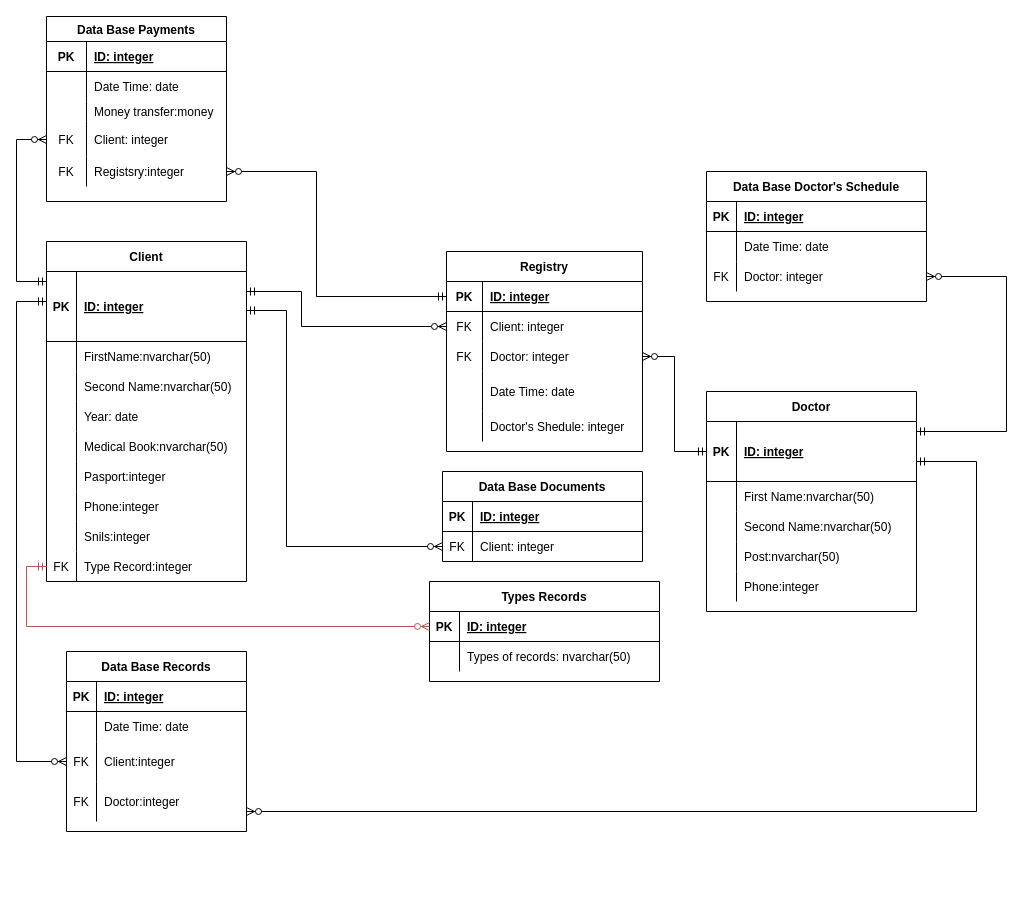
Earlier version of the draw.io diagram page "Страница 3" (3 of 3) of diagram.drawio (vlvsk/TechnologiiProg). Source tidied: cells renumbered, new cells numbered last; positions are measured from the earlier drawing's top-left corner, leaving out a move shared by most shapes. Both pictures are drawn from the tidied source at 100%, with x=0, y=0 at pixel (16, 16).
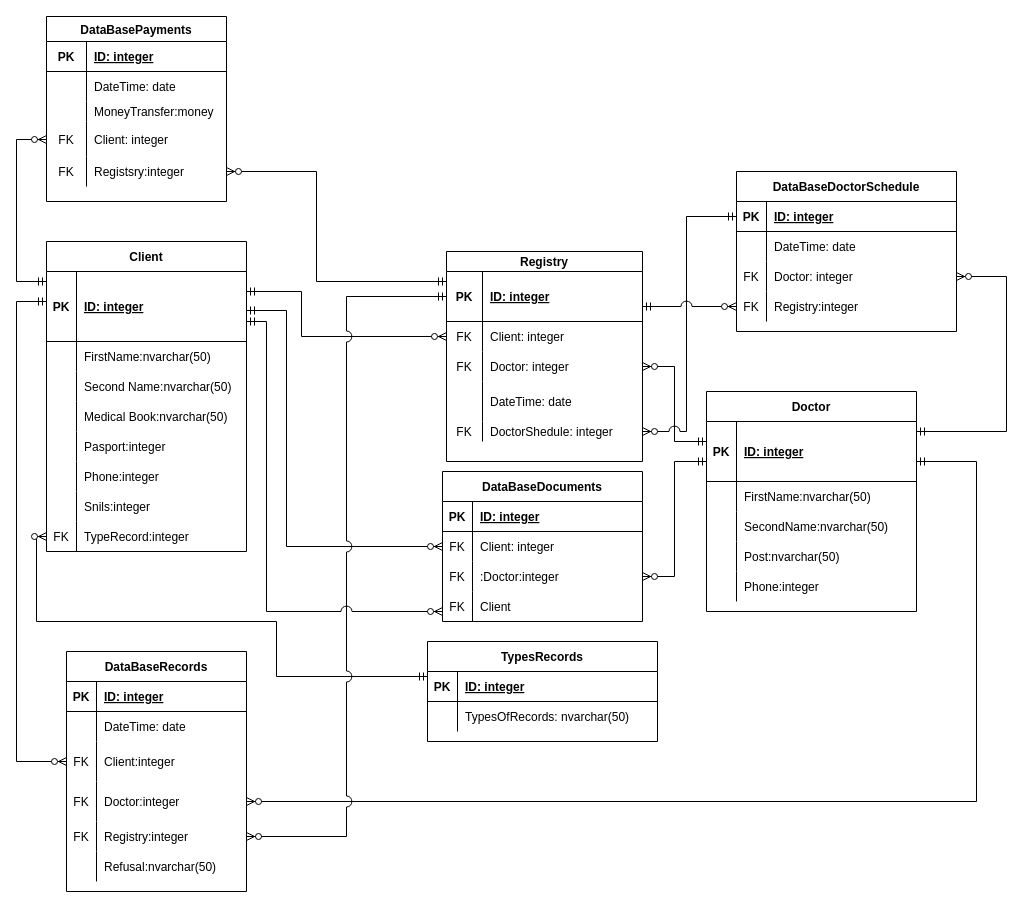
Above is the later version.

The change refers to these unchanged cells:
```xml
<mxCell id="3" style="shape=partialRectangle;fillColor=none;top=0;left=0;bottom=1;right=0;points=[[0,0.5],[1,0.5]];portConstraint=eastwest;" parent="2" vertex="1">
  <mxGeometry y="30" width="200" height="70" as="geometry" />
</mxCell>
<mxCell id="47" style="shape=partialRectangle;fillColor=none;top=0;left=0;bottom=1;right=0;points=[[0,0.5],[1,0.5]];portConstraint=eastwest;" parent="46" vertex="1">
  <mxGeometry y="30" width="210" height="60" as="geometry" />
</mxCell>
<mxCell id="50" style="shape=partialRectangle;fillColor=none;top=0;left=0;bottom=0;right=0;" parent="46" vertex="1">
  <mxGeometry y="90" width="210" height="30" as="geometry" />
</mxCell>
<mxCell id="53" style="shape=partialRectangle;fillColor=none;top=0;left=0;bottom=0;right=0;" parent="46" vertex="1">
  <mxGeometry y="120" width="210" height="30" as="geometry" />
</mxCell>
<mxCell id="66" style="shape=partialRectangle;fillColor=none;top=0;left=0;bottom=0;right=0;" parent="62" vertex="1">
  <mxGeometry y="60" width="180" height="30" as="geometry" />
</mxCell>
<mxCell id="72" style="shape=partialRectangle;fillColor=none;top=0;left=0;bottom=0;right=0;points=[[0,0.5],[1,0.5]];portConstraint=eastwest;" parent="62" vertex="1">
  <mxGeometry y="130" width="180" height="40" as="geometry" />
</mxCell>
<mxCell id="86" style="shape=partialRectangle;fillColor=none;top=0;left=0;bottom=0;right=0;" parent="82" vertex="1">
  <mxGeometry y="55" width="180" height="30" as="geometry" />
</mxCell>
<mxCell id="89" style="shape=partialRectangle;fillColor=none;top=0;left=0;bottom=0;right=0;" parent="82" vertex="1">
  <mxGeometry y="85" width="180" height="20" as="geometry" />
</mxCell>
<mxCell id="95" style="shape=partialRectangle;fillColor=none;top=0;left=0;bottom=0;right=0;points=[[0,0.5],[1,0.5]];portConstraint=eastwest;" parent="82" vertex="1">
  <mxGeometry y="140" width="180" height="30" as="geometry" />
</mxCell>
<mxCell id="99" style="shape=partialRectangle;fillColor=none;top=0;left=0;bottom=1;right=0;points=[[0,0.5],[1,0.5]];portConstraint=eastwest;" parent="98" vertex="1">
  <mxGeometry y="30" width="220" height="30" as="geometry" />
</mxCell>
<mxCell id="102" style="shape=partialRectangle;fillColor=none;top=0;left=0;bottom=0;right=0;" parent="98" vertex="1">
  <mxGeometry y="60" width="220" height="30" as="geometry" />
</mxCell>
<mxCell id="109" style="shape=partialRectangle;fillColor=none;top=0;left=0;bottom=1;right=0;points=[[0,0.5],[1,0.5]];portConstraint=eastwest;" parent="108" vertex="1">
  <mxGeometry y="30" width="230" height="30" as="geometry" />
</mxCell>
<mxCell id="112" style="shape=partialRectangle;fillColor=none;top=0;left=0;bottom=0;right=0;" parent="108" vertex="1">
  <mxGeometry y="60" width="230" height="30" as="geometry" />
</mxCell>
```

Diff of the diagram source:
```diff
@@
     <mxCell id="2" value="Client" style="shape=table;startSize=30;childLayout=tableLayout;rowLines=0;fontStyle=1;align=center;" parent="1" vertex="1">
-      <mxGeometry x="30" y="225" width="200" height="340" as="geometry" />
+      <mxGeometry x="30" y="225" width="200" height="310" as="geometry" />
     </mxCell>
@@
-    <mxCell id="12" style="shape=partialRectangle;fillColor=none;top=0;left=0;bottom=0;right=0;" parent="2" vertex="1">
-      <mxGeometry y="160" width="200" height="30" as="geometry" />
-    </mxCell>
-    <mxCell id="13" style="shape=partialRectangle;fillColor=none;top=0;left=0;bottom=0;right=0;overflow=hidden;" parent="12" vertex="1">
-      <mxGeometry width="30" height="30" as="geometry" />
-    </mxCell>
-    <mxCell id="14" value="Year: date" style="shape=partialRectangle;fillColor=none;top=0;left=0;bottom=0;right=0;align=left;spacingLeft=6;overflow=hidden;" parent="12" vertex="1">
-      <mxGeometry x="30" width="170" height="30" as="geometry" />
-    </mxCell>
     <mxCell id="15" style="shape=partialRectangle;fillColor=none;top=0;left=0;bottom=0;right=0;" parent="2" vertex="1">
-      <mxGeometry y="190" width="200" height="30" as="geometry" />
+      <mxGeometry y="160" width="200" height="30" as="geometry" />
     </mxCell>
@@
     <mxCell id="18" style="shape=partialRectangle;fillColor=none;top=0;left=0;bottom=0;right=0;" parent="2" vertex="1">
-      <mxGeometry y="220" width="200" height="30" as="geometry" />
+      <mxGeometry y="190" width="200" height="30" as="geometry" />
     </mxCell>
@@
     <mxCell id="21" style="shape=partialRectangle;fillColor=none;top=0;left=0;bottom=0;right=0;" parent="2" vertex="1">
-      <mxGeometry y="250" width="200" height="30" as="geometry" />
+      <mxGeometry y="220" width="200" height="30" as="geometry" />
     </mxCell>
@@
     <mxCell id="24" style="shape=partialRectangle;fillColor=none;top=0;left=0;bottom=0;right=0;" parent="2" vertex="1">
-      <mxGeometry y="280" width="200" height="30" as="geometry" />
+      <mxGeometry y="250" width="200" height="30" as="geometry" />
     </mxCell>
@@
     <mxCell id="27" style="shape=partialRectangle;fillColor=none;top=0;left=0;bottom=0;right=0;points=[[0,0.5],[1,0.5]];portConstraint=eastwest;" parent="2" vertex="1">
-      <mxGeometry y="310" width="200" height="30" as="geometry" />
+      <mxGeometry y="280" width="200" height="30" as="geometry" />
     </mxCell>
@@
-    <mxCell id="29" value="Type Record:integer" style="shape=partialRectangle;fillColor=none;top=0;left=0;bottom=0;right=0;align=left;spacingLeft=6;overflow=hidden;" parent="27" vertex="1">
+    <mxCell id="29" value="TypeRecord:integer" style="shape=partialRectangle;fillColor=none;top=0;left=0;bottom=0;right=0;align=left;spacingLeft=6;overflow=hidden;" parent="27" vertex="1">
       <mxGeometry x="30" width="170" height="30" as="geometry" />
     </mxCell>
-    <mxCell id="30" value="Registry" style="shape=table;startSize=30;childLayout=tableLayout;rowLines=0;fontStyle=1;align=center;" parent="1" vertex="1">
-      <mxGeometry x="430" y="235" width="196" height="200" as="geometry" />
+    <mxCell id="30" value="Registry" style="shape=table;startSize=20;childLayout=tableLayout;rowLines=0;fontStyle=1;align=center;" parent="1" vertex="1">
+      <mxGeometry x="430" y="235" width="196" height="210" as="geometry" />
     </mxCell>
     <mxCell id="31" style="shape=partialRectangle;fillColor=none;top=0;left=0;bottom=1;right=0;points=[[0,0.5],[1,0.5]];portConstraint=eastwest;" parent="30" vertex="1">
-      <mxGeometry y="30" width="196" height="30" as="geometry" />
+      <mxGeometry y="20" width="196" height="50" as="geometry" />
     </mxCell>
     <mxCell id="32" value="PK" style="shape=partialRectangle;fillColor=none;top=0;left=0;bottom=0;right=0;fontStyle=1;overflow=hidden;" parent="31" vertex="1">
-      <mxGeometry width="36" height="30" as="geometry" />
+      <mxGeometry width="36" height="50" as="geometry" />
     </mxCell>
     <mxCell id="33" value="ID: integer" style="shape=partialRectangle;fillColor=none;top=0;left=0;bottom=0;right=0;align=left;spacingLeft=6;fontStyle=5;overflow=hidden;" parent="31" vertex="1">
-      <mxGeometry x="36" width="160" height="30" as="geometry" />
+      <mxGeometry x="36" width="160" height="50" as="geometry" />
     </mxCell>
     <mxCell id="34" style="shape=partialRectangle;fillColor=none;top=0;left=0;bottom=0;right=0;points=[[0,0.5],[1,0.5]];portConstraint=eastwest;" parent="30" vertex="1">
-      <mxGeometry y="60" width="196" height="30" as="geometry" />
+      <mxGeometry y="70" width="196" height="30" as="geometry" />
     </mxCell>
@@
     <mxCell id="37" style="shape=partialRectangle;fillColor=none;top=0;left=0;bottom=0;right=0;points=[[0,0.5],[1,0.5]];portConstraint=eastwest;" parent="30" vertex="1">
-      <mxGeometry y="90" width="196" height="30" as="geometry" />
+      <mxGeometry y="100" width="196" height="30" as="geometry" />
     </mxCell>
@@
     <mxCell id="40" style="shape=partialRectangle;fillColor=none;top=0;left=0;bottom=0;right=0;" parent="30" vertex="1">
-      <mxGeometry y="120" width="196" height="40" as="geometry" />
+      <mxGeometry y="130" width="196" height="40" as="geometry" />
     </mxCell>
@@
-    <mxCell id="42" value="Date Time: date" style="shape=partialRectangle;fillColor=none;top=0;left=0;bottom=0;right=0;align=left;spacingLeft=6;overflow=hidden;" parent="40" vertex="1">
+    <mxCell id="42" value="DateTime: date" style="shape=partialRectangle;fillColor=none;top=0;left=0;bottom=0;right=0;align=left;spacingLeft=6;overflow=hidden;" parent="40" vertex="1">
       <mxGeometry x="36" width="160" height="40" as="geometry" />
     </mxCell>
     <mxCell id="43" style="shape=partialRectangle;fillColor=none;top=0;left=0;bottom=0;right=0;points=[[0,0.5],[1,0.5]];portConstraint=eastwest;" parent="30" vertex="1">
-      <mxGeometry y="160" width="196" height="30" as="geometry" />
+      <mxGeometry y="170" width="196" height="20" as="geometry" />
     </mxCell>
-    <mxCell id="44" style="shape=partialRectangle;fillColor=none;top=0;left=0;bottom=0;right=0;overflow=hidden;" parent="43" vertex="1">
-      <mxGeometry width="36" height="30" as="geometry" />
+    <mxCell id="44" value="FK" style="shape=partialRectangle;fillColor=none;top=0;left=0;bottom=0;right=0;overflow=hidden;" parent="43" vertex="1">
+      <mxGeometry width="36" height="20" as="geometry" />
     </mxCell>
-    <mxCell id="45" value="Doctor's Shedule: integer" style="shape=partialRectangle;fillColor=none;top=0;left=0;bottom=0;right=0;align=left;spacingLeft=6;overflow=hidden;" parent="43" vertex="1">
-      <mxGeometry x="36" width="160" height="30" as="geometry" />
+    <mxCell id="45" value="DoctorShedule: integer" style="shape=partialRectangle;fillColor=none;top=0;left=0;bottom=0;right=0;align=left;spacingLeft=6;overflow=hidden;" parent="43" vertex="1">
+      <mxGeometry x="36" width="160" height="20" as="geometry" />
     </mxCell>
@@
-    <mxCell id="52" value="First Name:nvarchar(50)" style="shape=partialRectangle;fillColor=none;top=0;left=0;bottom=0;right=0;align=left;spacingLeft=6;overflow=hidden;" parent="50" vertex="1">
+    <mxCell id="52" value="FirstName:nvarchar(50)" style="shape=partialRectangle;fillColor=none;top=0;left=0;bottom=0;right=0;align=left;spacingLeft=6;overflow=hidden;" parent="50" vertex="1">
       <mxGeometry x="30" width="180" height="30" as="geometry" />
     </mxCell>
@@
-    <mxCell id="55" value="Second Name:nvarchar(50)" style="shape=partialRectangle;fillColor=none;top=0;left=0;bottom=0;right=0;align=left;spacingLeft=6;overflow=hidden;" parent="53" vertex="1">
+    <mxCell id="55" value="SecondName:nvarchar(50)" style="shape=partialRectangle;fillColor=none;top=0;left=0;bottom=0;right=0;align=left;spacingLeft=6;overflow=hidden;" parent="53" vertex="1">
       <mxGeometry x="30" width="180" height="30" as="geometry" />
     </mxCell>
@@
-    <mxCell id="62" value="Data Base Records" style="shape=table;startSize=30;childLayout=tableLayout;rowLines=0;fontStyle=1;align=center;" parent="1" vertex="1">
-      <mxGeometry x="50" y="635" width="180" height="180" as="geometry" />
+    <mxCell id="62" value="DataBaseRecords" style="shape=table;startSize=30;childLayout=tableLayout;rowLines=0;fontStyle=1;align=center;" parent="1" vertex="1">
+      <mxGeometry x="50" y="635" width="180" height="240" as="geometry" />
     </mxCell>
@@
-    <mxCell id="68" value="Date Time: date" style="shape=partialRectangle;fillColor=none;top=0;left=0;bottom=0;right=0;align=left;spacingLeft=6;overflow=hidden;" parent="66" vertex="1">
+    <mxCell id="68" value="DateTime: date" style="shape=partialRectangle;fillColor=none;top=0;left=0;bottom=0;right=0;align=left;spacingLeft=6;overflow=hidden;" parent="66" vertex="1">
       <mxGeometry x="30" width="150" height="30" as="geometry" />
     </mxCell>
@@
+    <mxCell id="124" style="shape=partialRectangle;fillColor=none;top=0;left=0;bottom=0;right=0;points=[[0,0.5],[1,0.5]];portConstraint=eastwest;strokeColor=#000000;" parent="62" vertex="1">
+      <mxGeometry y="170" width="180" height="30" as="geometry" />
+    </mxCell>
+    <mxCell id="125" value="FK" style="shape=partialRectangle;fillColor=none;top=0;left=0;bottom=0;right=0;overflow=hidden;strokeColor=#000000;" parent="124" vertex="1">
+      <mxGeometry width="30" height="30" as="geometry" />
+    </mxCell>
+    <mxCell id="126" value="Registry:integer" style="shape=partialRectangle;fillColor=none;top=0;left=0;bottom=0;right=0;align=left;spacingLeft=6;overflow=hidden;strokeColor=#000000;" parent="124" vertex="1">
+      <mxGeometry x="30" width="150" height="30" as="geometry" />
+    </mxCell>
+    <mxCell id="127" style="shape=partialRectangle;fillColor=none;top=0;left=0;bottom=0;right=0;strokeColor=#000000;" parent="62" vertex="1">
+      <mxGeometry y="200" width="180" height="30" as="geometry" />
+    </mxCell>
+    <mxCell id="128" style="shape=partialRectangle;fillColor=none;top=0;left=0;bottom=0;right=0;overflow=hidden;strokeColor=#000000;" parent="127" vertex="1">
+      <mxGeometry width="30" height="30" as="geometry" />
+    </mxCell>
+    <mxCell id="129" value="Refusal:nvarchar(50)" style="shape=partialRectangle;fillColor=none;top=0;left=0;bottom=0;right=0;align=left;spacingLeft=6;overflow=hidden;strokeColor=#000000;" parent="127" vertex="1">
+      <mxGeometry x="30" width="150" height="30" as="geometry" />
+    </mxCell>
-    <mxCell id="75" value="Data Base Documents" style="shape=table;startSize=30;childLayout=tableLayout;rowLines=0;fontStyle=1;align=center;" parent="1" vertex="1">
-      <mxGeometry x="426" y="455" width="200" height="90" as="geometry" />
+    <mxCell id="75" value="DataBaseDocuments" style="shape=table;startSize=30;childLayout=tableLayout;rowLines=0;fontStyle=1;align=center;" parent="1" vertex="1">
+      <mxGeometry x="426" y="455" width="200" height="150" as="geometry" />
     </mxCell>
@@
+    <mxCell id="130" style="shape=partialRectangle;fillColor=none;top=0;left=0;bottom=0;right=0;points=[[0,0.5],[1,0.5]];portConstraint=eastwest;strokeColor=#000000;" parent="75" vertex="1">
+      <mxGeometry y="90" width="200" height="30" as="geometry" />
+    </mxCell>
+    <mxCell id="131" value="FK" style="shape=partialRectangle;fillColor=none;top=0;left=0;bottom=0;right=0;overflow=hidden;strokeColor=#000000;" parent="130" vertex="1">
+      <mxGeometry width="30" height="30" as="geometry" />
+    </mxCell>
+    <mxCell id="132" value=":Doctor:integer" style="shape=partialRectangle;fillColor=none;top=0;left=0;bottom=0;right=0;align=left;spacingLeft=6;overflow=hidden;strokeColor=#000000;" parent="130" vertex="1">
+      <mxGeometry x="30" width="170" height="30" as="geometry" />
+    </mxCell>
+    <mxCell id="133" style="shape=partialRectangle;fillColor=none;top=0;left=0;bottom=0;right=0;points=[[0,0.5],[1,0.5]];portConstraint=eastwest;strokeColor=#000000;" parent="75" vertex="1">
+      <mxGeometry y="120" width="200" height="30" as="geometry" />
+    </mxCell>
+    <mxCell id="134" value="FK" style="shape=partialRectangle;fillColor=none;top=0;left=0;bottom=0;right=0;overflow=hidden;strokeColor=#000000;" parent="133" vertex="1">
+      <mxGeometry width="30" height="30" as="geometry" />
+    </mxCell>
+    <mxCell id="135" value="Client" style="shape=partialRectangle;fillColor=none;top=0;left=0;bottom=0;right=0;align=left;spacingLeft=6;overflow=hidden;strokeColor=#000000;" parent="133" vertex="1">
+      <mxGeometry x="30" width="170" height="30" as="geometry" />
+    </mxCell>
-    <mxCell id="82" value="Data Base Payments" style="shape=table;startSize=25;childLayout=tableLayout;rowLines=0;fontStyle=1;align=center;" parent="1" vertex="1">
+    <mxCell id="82" value="DataBasePayments" style="shape=table;startSize=25;childLayout=tableLayout;rowLines=0;fontStyle=1;align=center;" parent="1" vertex="1">
       <mxGeometry x="30" width="180" height="185" as="geometry" />
     </mxCell>
@@
-    <mxCell id="88" value="Date Time: date" style="shape=partialRectangle;fillColor=none;top=0;left=0;bottom=0;right=0;align=left;spacingLeft=6;overflow=hidden;" parent="86" vertex="1">
+    <mxCell id="88" value="DateTime: date" style="shape=partialRectangle;fillColor=none;top=0;left=0;bottom=0;right=0;align=left;spacingLeft=6;overflow=hidden;" parent="86" vertex="1">
       <mxGeometry x="40" width="140" height="30" as="geometry" />
     </mxCell>
@@
-    <mxCell id="91" value="Money transfer:money" style="shape=partialRectangle;fillColor=none;top=0;left=0;bottom=0;right=0;align=left;spacingLeft=6;overflow=hidden;" parent="89" vertex="1">
+    <mxCell id="91" value="MoneyTransfer:money" style="shape=partialRectangle;fillColor=none;top=0;left=0;bottom=0;right=0;align=left;spacingLeft=6;overflow=hidden;" parent="89" vertex="1">
       <mxGeometry x="40" width="140" height="20" as="geometry" />
     </mxCell>
@@
-    <mxCell id="98" value="Data Base Doctor's Schedule" style="shape=table;startSize=30;childLayout=tableLayout;rowLines=0;fontStyle=1;align=center;" parent="1" vertex="1">
-      <mxGeometry x="690" y="155" width="220" height="130" as="geometry" />
+    <mxCell id="98" value="DataBaseDoctorSchedule" style="shape=table;startSize=30;childLayout=tableLayout;rowLines=0;fontStyle=1;align=center;" parent="1" vertex="1">
+      <mxGeometry x="720" y="155" width="220" height="160" as="geometry" />
     </mxCell>
@@
-    <mxCell id="104" value="Date Time: date" style="shape=partialRectangle;fillColor=none;top=0;left=0;bottom=0;right=0;align=left;spacingLeft=6;overflow=hidden;" parent="102" vertex="1">
+    <mxCell id="104" value="DateTime: date" style="shape=partialRectangle;fillColor=none;top=0;left=0;bottom=0;right=0;align=left;spacingLeft=6;overflow=hidden;" parent="102" vertex="1">
       <mxGeometry x="30" width="190" height="30" as="geometry" />
     </mxCell>
@@
+    <mxCell id="136" style="shape=partialRectangle;fillColor=none;top=0;left=0;bottom=0;right=0;points=[[0,0.5],[1,0.5]];portConstraint=eastwest;strokeColor=#000000;" parent="98" vertex="1">
+      <mxGeometry y="120" width="220" height="30" as="geometry" />
+    </mxCell>
+    <mxCell id="137" value="FK" style="shape=partialRectangle;fillColor=none;top=0;left=0;bottom=0;right=0;overflow=hidden;strokeColor=#000000;" parent="136" vertex="1">
+      <mxGeometry width="30" height="30" as="geometry" />
+    </mxCell>
+    <mxCell id="138" value="Registry:integer" style="shape=partialRectangle;fillColor=none;top=0;left=0;bottom=0;right=0;align=left;spacingLeft=6;overflow=hidden;strokeColor=#000000;" parent="136" vertex="1">
+      <mxGeometry x="30" width="190" height="30" as="geometry" />
+    </mxCell>
-    <mxCell id="108" value="Types Records" style="shape=table;startSize=30;childLayout=tableLayout;rowLines=0;fontStyle=1;align=center;" parent="1" vertex="1">
-      <mxGeometry x="413" y="565" width="230" height="100" as="geometry" />
+    <mxCell id="108" value="TypesRecords" style="shape=table;startSize=30;childLayout=tableLayout;rowLines=0;fontStyle=1;align=center;" parent="1" vertex="1">
+      <mxGeometry x="411" y="625" width="230" height="100" as="geometry" />
     </mxCell>
@@
-    <mxCell id="114" value="Types of records: nvarchar(50)" style="shape=partialRectangle;fillColor=none;top=0;left=0;bottom=0;right=0;align=left;spacingLeft=6;overflow=hidden;" parent="112" vertex="1">
+    <mxCell id="114" value="TypesOfRecords: nvarchar(50)" style="shape=partialRectangle;fillColor=none;top=0;left=0;bottom=0;right=0;align=left;spacingLeft=6;overflow=hidden;" parent="112" vertex="1">
       <mxGeometry x="30" width="200" height="30" as="geometry" />
     </mxCell>
     <mxCell id="115" style="edgeStyle=orthogonalEdgeStyle;fontSize=12;html=1;endArrow=ERzeroToMany;startArrow=ERmandOne;rounded=0;" parent="1" edge="1" source="3" target="34">
       <mxGeometry relative="1" as="geometry">
         <Array as="points">
           <mxPoint x="285" y="275" />
-          <mxPoint x="285" y="310" />
+          <mxPoint x="285" y="320" />
         </Array>
       </mxGeometry>
     </mxCell>
     <mxCell id="116" style="edgeStyle=orthogonalEdgeStyle;fontSize=12;html=1;endArrow=ERzeroToMany;startArrow=ERmandOne;rounded=0;" parent="1" edge="1" source="47" target="37">
-      <mxGeometry relative="1" as="geometry" />
+      <mxGeometry relative="1" as="geometry">
+        <Array as="points">
+          <mxPoint x="658" y="425" />
+          <mxPoint x="658" y="350" />
+        </Array>
+      </mxGeometry>
     </mxCell>
@@
     <mxCell id="118" style="edgeStyle=orthogonalEdgeStyle;fontSize=12;html=1;endArrow=ERzeroToMany;startArrow=ERmandOne;rounded=0;" parent="1" edge="1" source="47" target="72">
       <mxGeometry relative="1" as="geometry">
         <Array as="points">
           <mxPoint x="960" y="445" />
-          <mxPoint x="960" y="795" />
+          <mxPoint x="960" y="785" />
         </Array>
       </mxGeometry>
     </mxCell>
@@
     <mxCell id="120" style="edgeStyle=orthogonalEdgeStyle;fontSize=12;html=1;endArrow=ERzeroToMany;startArrow=ERmandOne;rounded=0;" parent="1" edge="1" source="31" target="95">
       <mxGeometry relative="1" as="geometry">
         <Array as="points">
-          <mxPoint x="300" y="280" />
+          <mxPoint x="300" y="265" />
           <mxPoint x="300" y="155" />
         </Array>
       </mxGeometry>
     </mxCell>
@@
-    <mxCell id="123" style="edgeStyle=orthogonalEdgeStyle;fontSize=12;html=1;endArrow=ERzeroToMany;startArrow=ERmandOne;rounded=0;fillColor=#f8cecc;strokeColor=#b85450;" parent="1" edge="1" source="27" target="109">
+    <mxCell id="123" style="edgeStyle=orthogonalEdgeStyle;fontSize=12;html=1;endArrow=ERzeroToMany;startArrow=ERmandOne;rounded=0;entryX=0;entryY=0.5;entryDx=0;entryDy=0;" parent="1" edge="1" source="109" target="27">
       <mxGeometry relative="1" as="geometry">
         <Array as="points">
-          <mxPoint x="10" y="550" />
-          <mxPoint x="10" y="610" />
+          <mxPoint x="260" y="660" />
+          <mxPoint x="260" y="605" />
+          <mxPoint x="20" y="605" />
+          <mxPoint x="20" y="520" />
         </Array>
       </mxGeometry>
     </mxCell>
+    <mxCell id="139" style="edgeStyle=orthogonalEdgeStyle;fontSize=12;html=1;endArrow=ERzeroToMany;startArrow=ERmandOne;rounded=0;strokeColor=#000000;jumpStyle=arc;jumpSize=11;exitX=0;exitY=0.5;exitDx=0;exitDy=0;" parent="1" edge="1" source="31" target="124">
+      <mxGeometry relative="1" as="geometry" />
+    </mxCell>
+    <mxCell id="140" style="edgeStyle=orthogonalEdgeStyle;fontSize=12;html=1;endArrow=ERzeroToMany;startArrow=ERmandOne;rounded=0;strokeColor=#000000;jumpStyle=arc;jumpSize=11;" parent="1" edge="1" source="47" target="130">
+      <mxGeometry relative="1" as="geometry">
+        <Array as="points">
+          <mxPoint x="658" y="445" />
+          <mxPoint x="658" y="560" />
+        </Array>
+      </mxGeometry>
+    </mxCell>
+    <mxCell id="141" style="edgeStyle=orthogonalEdgeStyle;fontSize=12;html=1;endArrow=ERzeroToMany;startArrow=ERmandOne;rounded=0;strokeColor=#000000;jumpStyle=arc;jumpSize=11;" parent="1" edge="1" source="3" target="133">
+      <mxGeometry relative="1" as="geometry">
+        <Array as="points">
+          <mxPoint x="250" y="305" />
+          <mxPoint x="250" y="595" />
+        </Array>
+      </mxGeometry>
+    </mxCell>
+    <mxCell id="142" style="edgeStyle=orthogonalEdgeStyle;fontSize=12;html=1;endArrow=ERzeroToMany;startArrow=ERmandOne;rounded=0;strokeColor=#000000;jumpStyle=arc;jumpSize=11;" parent="1" edge="1" source="99" target="43">
+      <mxGeometry relative="1" as="geometry">
+        <Array as="points">
+          <mxPoint x="670" y="200" />
+          <mxPoint x="670" y="415" />
+        </Array>
+      </mxGeometry>
+    </mxCell>
+    <mxCell id="143" style="edgeStyle=orthogonalEdgeStyle;fontSize=12;html=1;endArrow=ERzeroToMany;startArrow=ERmandOne;rounded=0;strokeColor=#000000;jumpStyle=arc;jumpSize=11;" parent="1" edge="1" source="31" target="136">
+      <mxGeometry relative="1" as="geometry">
+        <Array as="points">
+          <mxPoint x="650" y="290" />
+          <mxPoint x="650" y="290" />
+        </Array>
+      </mxGeometry>
+    </mxCell>
```
